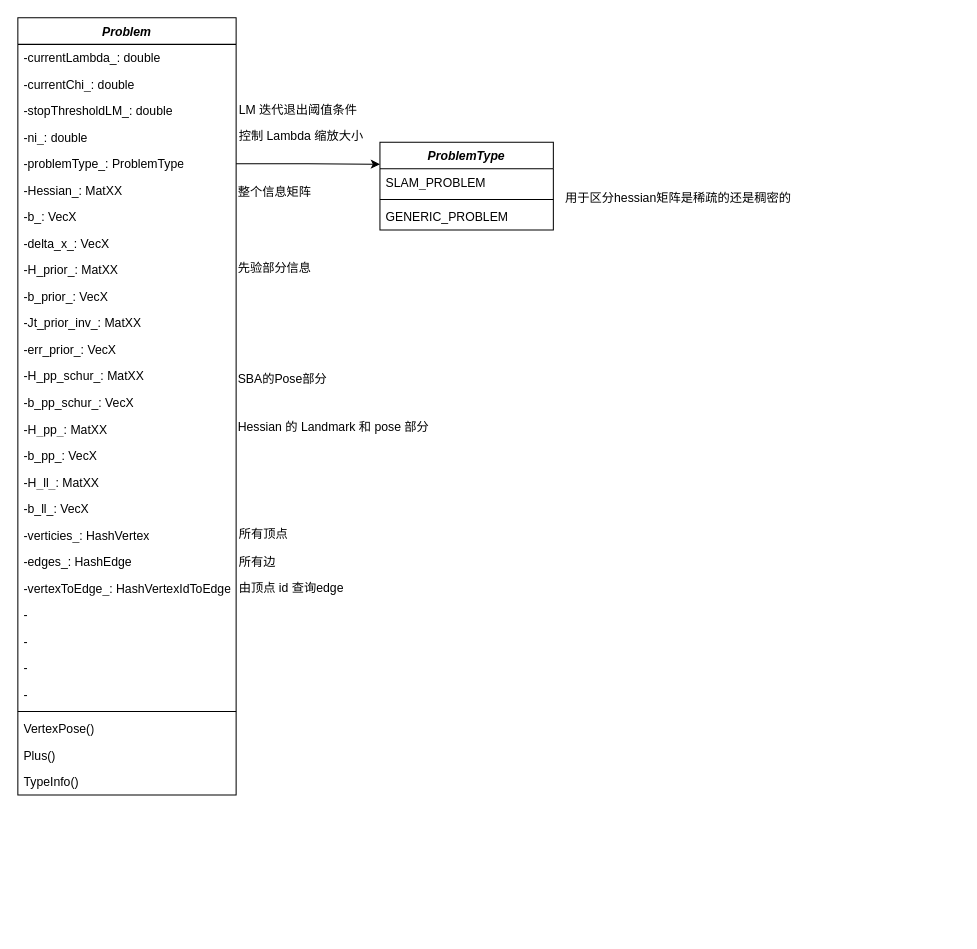
liu-moon/img keeps this draw.io diagram as Problem.drawio. Above is the earlier version. Source tidied: cells renumbered, new cells numbered last; positions are measured from the earlier drawing's top-left corner, leaving out a move shared by most shapes. Both pictures are drawn from the tidied source at 102%, with x=0, y=0 at pixel (17, 17).
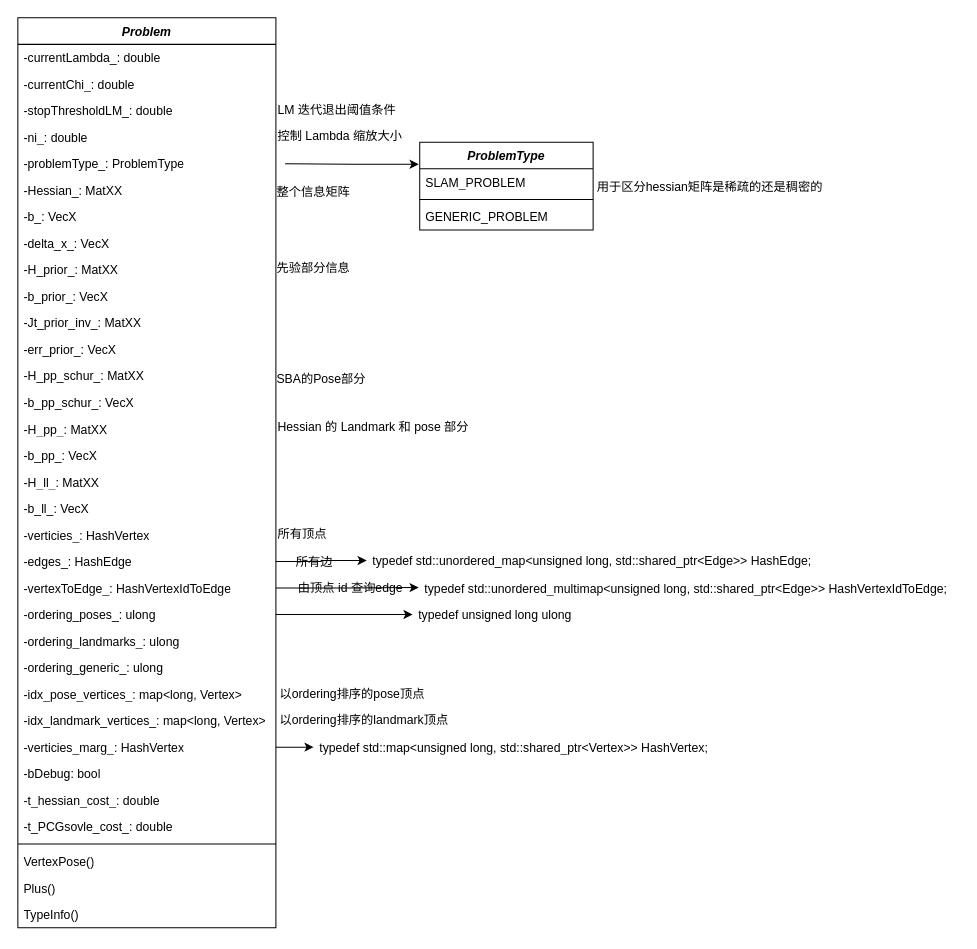
Above is the later version.

The edit, as a diff of the source:
```diff
@@
     <mxCell id="2" value="&lt;i&gt;Problem&lt;/i&gt;" style="swimlane;fontStyle=1;align=center;verticalAlign=top;horizontal=1;startSize=26;whiteSpace=wrap;html=1;" parent="1" vertex="1">
-      <mxGeometry width="214" height="762" as="geometry" />
+      <mxGeometry width="253" height="892" as="geometry" />
     </mxCell>
     <mxCell id="3" value="-currentLambda_:&amp;nbsp;double" style="text;strokeColor=none;fillColor=none;align=left;verticalAlign=top;spacingLeft=4;spacingRight=4;overflow=hidden;whiteSpace=wrap;html=1;" parent="2" vertex="1">
-      <mxGeometry y="26" width="214" height="26" as="geometry" />
+      <mxGeometry y="26" width="253" height="26" as="geometry" />
     </mxCell>
     <mxCell id="4" value="-currentChi_:&amp;nbsp;double" style="text;strokeColor=none;fillColor=none;align=left;verticalAlign=top;spacingLeft=4;spacingRight=4;overflow=hidden;whiteSpace=wrap;html=1;" parent="2" vertex="1">
-      <mxGeometry y="52" width="214" height="26" as="geometry" />
+      <mxGeometry y="52" width="253" height="26" as="geometry" />
     </mxCell>
     <mxCell id="5" value="-stopThresholdLM_:&amp;nbsp;double" style="text;strokeColor=none;fillColor=none;align=left;verticalAlign=top;spacingLeft=4;spacingRight=4;overflow=hidden;whiteSpace=wrap;html=1;" parent="2" vertex="1">
-      <mxGeometry y="78" width="214" height="26" as="geometry" />
+      <mxGeometry y="78" width="253" height="26" as="geometry" />
     </mxCell>
     <mxCell id="6" value="-ni_:&amp;nbsp;double" style="text;strokeColor=none;fillColor=none;align=left;verticalAlign=top;spacingLeft=4;spacingRight=4;overflow=hidden;whiteSpace=wrap;html=1;" parent="2" vertex="1">
-      <mxGeometry y="104" width="214" height="26" as="geometry" />
+      <mxGeometry y="104" width="253" height="26" as="geometry" />
     </mxCell>
     <mxCell id="7" value="-problemType_:&amp;nbsp;ProblemType" style="text;strokeColor=none;fillColor=none;align=left;verticalAlign=top;spacingLeft=4;spacingRight=4;overflow=hidden;points=[[0,0.5],[1,0.5]];portConstraint=eastwest;whiteSpace=wrap;html=1;" parent="2" vertex="1">
-      <mxGeometry y="130" width="214" height="26" as="geometry" />
+      <mxGeometry y="130" width="253" height="26" as="geometry" />
     </mxCell>
     <mxCell id="8" value="-Hessian_: MatXX" style="text;strokeColor=none;fillColor=none;align=left;verticalAlign=top;spacingLeft=4;spacingRight=4;overflow=hidden;whiteSpace=wrap;html=1;" parent="2" vertex="1">
-      <mxGeometry y="156" width="214" height="26" as="geometry" />
+      <mxGeometry y="156" width="253" height="26" as="geometry" />
     </mxCell>
     <mxCell id="9" value="-b_:&amp;nbsp;VecX" style="text;strokeColor=none;fillColor=none;align=left;verticalAlign=top;spacingLeft=4;spacingRight=4;overflow=hidden;whiteSpace=wrap;html=1;" parent="2" vertex="1">
-      <mxGeometry y="182" width="214" height="26" as="geometry" />
+      <mxGeometry y="182" width="253" height="26" as="geometry" />
     </mxCell>
     <mxCell id="10" value="-delta_x_:&amp;nbsp;VecX" style="text;strokeColor=none;fillColor=none;align=left;verticalAlign=top;spacingLeft=4;spacingRight=4;overflow=hidden;whiteSpace=wrap;html=1;" parent="2" vertex="1">
-      <mxGeometry y="208" width="214" height="26" as="geometry" />
+      <mxGeometry y="208" width="253" height="26" as="geometry" />
     </mxCell>
     <mxCell id="11" value="-H_prior_:&amp;nbsp;MatXX" style="text;strokeColor=none;fillColor=none;align=left;verticalAlign=top;spacingLeft=4;spacingRight=4;overflow=hidden;whiteSpace=wrap;html=1;" parent="2" vertex="1">
-      <mxGeometry y="234" width="214" height="26" as="geometry" />
+      <mxGeometry y="234" width="253" height="26" as="geometry" />
     </mxCell>
     <mxCell id="12" value="-b_prior_: VecX" style="text;strokeColor=none;fillColor=none;align=left;verticalAlign=top;spacingLeft=4;spacingRight=4;overflow=hidden;whiteSpace=wrap;html=1;" parent="2" vertex="1">
-      <mxGeometry y="260" width="214" height="26" as="geometry" />
+      <mxGeometry y="260" width="253" height="26" as="geometry" />
     </mxCell>
     <mxCell id="13" value="-Jt_prior_inv_: MatXX" style="text;strokeColor=none;fillColor=none;align=left;verticalAlign=top;spacingLeft=4;spacingRight=4;overflow=hidden;whiteSpace=wrap;html=1;" parent="2" vertex="1">
-      <mxGeometry y="286" width="214" height="26" as="geometry" />
+      <mxGeometry y="286" width="253" height="26" as="geometry" />
     </mxCell>
     <mxCell id="14" value="-err_prior_: VecX" style="text;strokeColor=none;fillColor=none;align=left;verticalAlign=top;spacingLeft=4;spacingRight=4;overflow=hidden;whiteSpace=wrap;html=1;" parent="2" vertex="1">
-      <mxGeometry y="312" width="214" height="26" as="geometry" />
+      <mxGeometry y="312" width="253" height="26" as="geometry" />
     </mxCell>
     <mxCell id="15" value="-H_pp_schur_: MatXX" style="text;strokeColor=none;fillColor=none;align=left;verticalAlign=top;spacingLeft=4;spacingRight=4;overflow=hidden;whiteSpace=wrap;html=1;" parent="2" vertex="1">
-      <mxGeometry y="338" width="214" height="26" as="geometry" />
+      <mxGeometry y="338" width="253" height="26" as="geometry" />
     </mxCell>
     <mxCell id="16" value="-b_pp_schur_: VecX" style="text;strokeColor=none;fillColor=none;align=left;verticalAlign=top;spacingLeft=4;spacingRight=4;overflow=hidden;whiteSpace=wrap;html=1;" parent="2" vertex="1">
-      <mxGeometry y="364" width="214" height="26" as="geometry" />
+      <mxGeometry y="364" width="253" height="26" as="geometry" />
     </mxCell>
     <mxCell id="17" value="-H_pp_: MatXX" style="text;strokeColor=none;fillColor=none;align=left;verticalAlign=top;spacingLeft=4;spacingRight=4;overflow=hidden;whiteSpace=wrap;html=1;" parent="2" vertex="1">
-      <mxGeometry y="390" width="214" height="26" as="geometry" />
+      <mxGeometry y="390" width="253" height="26" as="geometry" />
     </mxCell>
     <mxCell id="18" value="-b_pp_: VecX" style="text;strokeColor=none;fillColor=none;align=left;verticalAlign=top;spacingLeft=4;spacingRight=4;overflow=hidden;whiteSpace=wrap;html=1;" parent="2" vertex="1">
-      <mxGeometry y="416" width="214" height="26" as="geometry" />
+      <mxGeometry y="416" width="253" height="26" as="geometry" />
     </mxCell>
     <mxCell id="19" value="-H_ll_: MatXX" style="text;strokeColor=none;fillColor=none;align=left;verticalAlign=top;spacingLeft=4;spacingRight=4;overflow=hidden;whiteSpace=wrap;html=1;" parent="2" vertex="1">
-      <mxGeometry y="442" width="214" height="26" as="geometry" />
+      <mxGeometry y="442" width="253" height="26" as="geometry" />
     </mxCell>
     <mxCell id="20" value="-b_ll_: VecX" style="text;strokeColor=none;fillColor=none;align=left;verticalAlign=top;spacingLeft=4;spacingRight=4;overflow=hidden;whiteSpace=wrap;html=1;" parent="2" vertex="1">
-      <mxGeometry y="468" width="214" height="26" as="geometry" />
+      <mxGeometry y="468" width="253" height="26" as="geometry" />
     </mxCell>
     <mxCell id="21" value="-verticies_: HashVertex" style="text;strokeColor=none;fillColor=none;align=left;verticalAlign=top;spacingLeft=4;spacingRight=4;overflow=hidden;whiteSpace=wrap;html=1;" parent="2" vertex="1">
-      <mxGeometry y="494" width="214" height="26" as="geometry" />
+      <mxGeometry y="494" width="253" height="26" as="geometry" />
     </mxCell>
     <mxCell id="22" value="-edges_: HashEdge" style="text;strokeColor=none;fillColor=none;align=left;verticalAlign=top;spacingLeft=4;spacingRight=4;overflow=hidden;points=[[0,0.5],[1,0.5]];portConstraint=eastwest;whiteSpace=wrap;html=1;" parent="2" vertex="1">
-      <mxGeometry y="520" width="214" height="26" as="geometry" />
+      <mxGeometry y="520" width="253" height="26" as="geometry" />
     </mxCell>
     <mxCell id="23" value="-vertexToEdge_: HashVertexIdToEdge" style="text;strokeColor=none;fillColor=none;align=left;verticalAlign=top;spacingLeft=4;spacingRight=4;overflow=hidden;points=[[0,0.5],[1,0.5]];portConstraint=eastwest;whiteSpace=wrap;html=1;" parent="2" vertex="1">
-      <mxGeometry y="546" width="214" height="26" as="geometry" />
+      <mxGeometry y="546" width="253" height="26" as="geometry" />
     </mxCell>
-    <mxCell id="24" value="-" style="text;strokeColor=none;fillColor=none;align=left;verticalAlign=top;spacingLeft=4;spacingRight=4;overflow=hidden;points=[[0,0.5],[1,0.5]];portConstraint=eastwest;whiteSpace=wrap;html=1;" parent="2" vertex="1">
-      <mxGeometry y="572" width="214" height="26" as="geometry" />
+    <mxCell id="24" value="-ordering_poses_: ulong" style="text;strokeColor=none;fillColor=none;align=left;verticalAlign=top;spacingLeft=4;spacingRight=4;overflow=hidden;points=[[0,0.5],[1,0.5]];portConstraint=eastwest;whiteSpace=wrap;html=1;" parent="2" vertex="1">
+      <mxGeometry y="572" width="253" height="26" as="geometry" />
     </mxCell>
-    <mxCell id="25" value="-" style="text;strokeColor=none;fillColor=none;align=left;verticalAlign=top;spacingLeft=4;spacingRight=4;overflow=hidden;whiteSpace=wrap;html=1;" parent="2" vertex="1">
-      <mxGeometry y="598" width="214" height="26" as="geometry" />
+    <mxCell id="25" value="-ordering_landmarks_: ulong" style="text;strokeColor=none;fillColor=none;align=left;verticalAlign=top;spacingLeft=4;spacingRight=4;overflow=hidden;whiteSpace=wrap;html=1;" parent="2" vertex="1">
+      <mxGeometry y="598" width="253" height="26" as="geometry" />
     </mxCell>
-    <mxCell id="26" value="-" style="text;strokeColor=none;fillColor=none;align=left;verticalAlign=top;spacingLeft=4;spacingRight=4;overflow=hidden;whiteSpace=wrap;html=1;" parent="2" vertex="1">
-      <mxGeometry y="624" width="214" height="26" as="geometry" />
+    <mxCell id="26" value="-ordering_generic_: ulong" style="text;strokeColor=none;fillColor=none;align=left;verticalAlign=top;spacingLeft=4;spacingRight=4;overflow=hidden;whiteSpace=wrap;html=1;" parent="2" vertex="1">
+      <mxGeometry y="624" width="253" height="26" as="geometry" />
     </mxCell>
-    <mxCell id="27" value="-" style="text;strokeColor=none;fillColor=none;align=left;verticalAlign=top;spacingLeft=4;spacingRight=4;overflow=hidden;whiteSpace=wrap;html=1;" parent="2" vertex="1">
-      <mxGeometry y="650" width="214" height="26" as="geometry" />
-    </mxCell>
+    <mxCell id="47" value="-idx_pose_vertices_: map&amp;lt;long, Vertex&amp;gt;" style="text;strokeColor=none;fillColor=none;align=left;verticalAlign=top;spacingLeft=4;spacingRight=4;overflow=hidden;whiteSpace=wrap;html=1;" parent="2" vertex="1">
+      <mxGeometry y="650" width="253" height="26" as="geometry" />
+    </mxCell>
+    <mxCell id="48" value="-idx_landmark_vertices_: map&amp;lt;long, Vertex&amp;gt;" style="text;strokeColor=none;fillColor=none;align=left;verticalAlign=top;spacingLeft=4;spacingRight=4;overflow=hidden;whiteSpace=wrap;html=1;" parent="2" vertex="1">
+      <mxGeometry y="676" width="253" height="26" as="geometry" />
+    </mxCell>
+    <mxCell id="49" value="-verticies_marg_: HashVertex" style="text;strokeColor=none;fillColor=none;align=left;verticalAlign=top;spacingLeft=4;spacingRight=4;overflow=hidden;points=[[0,0.5],[1,0.5]];portConstraint=eastwest;whiteSpace=wrap;html=1;" parent="2" vertex="1">
+      <mxGeometry y="702" width="253" height="26" as="geometry" />
+    </mxCell>
+    <mxCell id="50" value="-bDebug: bool" style="text;strokeColor=none;fillColor=none;align=left;verticalAlign=top;spacingLeft=4;spacingRight=4;overflow=hidden;whiteSpace=wrap;html=1;" parent="2" vertex="1">
+      <mxGeometry y="728" width="253" height="26" as="geometry" />
+    </mxCell>
+    <mxCell id="51" value="-t_hessian_cost_: double" style="text;strokeColor=none;fillColor=none;align=left;verticalAlign=top;spacingLeft=4;spacingRight=4;overflow=hidden;whiteSpace=wrap;html=1;" parent="2" vertex="1">
+      <mxGeometry y="754" width="253" height="26" as="geometry" />
+    </mxCell>
+    <mxCell id="52" value="-t_PCGsovle_cost_: double" style="text;strokeColor=none;fillColor=none;align=left;verticalAlign=top;spacingLeft=4;spacingRight=4;overflow=hidden;whiteSpace=wrap;html=1;" parent="2" vertex="1">
+      <mxGeometry y="780" width="253" height="26" as="geometry" />
+    </mxCell>
     <mxCell id="28" style="line;strokeWidth=1;fillColor=none;align=left;verticalAlign=middle;spacingTop=-1;spacingLeft=3;spacingRight=3;labelPosition=right;strokeColor=inherit;" parent="2" vertex="1">
-      <mxGeometry y="676" width="214" height="8" as="geometry" />
+      <mxGeometry y="806" width="253" height="8" as="geometry" />
     </mxCell>
     <mxCell id="29" value="VertexPose()" style="text;strokeColor=none;fillColor=none;align=left;verticalAlign=top;spacingLeft=4;spacingRight=4;overflow=hidden;whiteSpace=wrap;html=1;" parent="2" vertex="1">
-      <mxGeometry y="684" width="214" height="26" as="geometry" />
+      <mxGeometry y="814" width="253" height="26" as="geometry" />
     </mxCell>
     <mxCell id="30" value="Plus()" style="text;strokeColor=none;fillColor=none;align=left;verticalAlign=top;spacingLeft=4;spacingRight=4;overflow=hidden;whiteSpace=wrap;html=1;" parent="2" vertex="1">
-      <mxGeometry y="710" width="214" height="26" as="geometry" />
+      <mxGeometry y="840" width="253" height="26" as="geometry" />
     </mxCell>
     <mxCell id="31" value="TypeInfo()" style="text;strokeColor=none;fillColor=none;align=left;verticalAlign=top;spacingLeft=4;spacingRight=4;overflow=hidden;whiteSpace=wrap;html=1;" parent="2" vertex="1">
-      <mxGeometry y="736" width="214" height="26" as="geometry" />
+      <mxGeometry y="866" width="253" height="26" as="geometry" />
     </mxCell>
     <mxCell id="32" value="&lt;i&gt;ProblemType&lt;/i&gt;" style="swimlane;fontStyle=1;align=center;verticalAlign=top;horizontal=1;startSize=26;whiteSpace=wrap;html=1;" parent="1" vertex="1">
-      <mxGeometry x="355" y="122" width="170" height="86" as="geometry" />
+      <mxGeometry x="394" y="122" width="170" height="86" as="geometry" />
     </mxCell>
@@
     <mxCell id="36" value="用于区分hessian矩阵是稀疏的还是稠密的" style="text;html=1;align=left;verticalAlign=middle;strokeColor=none;fillColor=none;" parent="1" vertex="1">
-      <mxGeometry x="535" y="162" width="240" height="30" as="geometry" />
+      <mxGeometry x="566" y="151" width="240" height="30" as="geometry" />
     </mxCell>
     <mxCell id="37" value="LM 迭代退出阈值条件" style="text;html=1;align=left;verticalAlign=middle;strokeColor=none;fillColor=none;" parent="1" vertex="1">
-      <mxGeometry x="215" y="76" width="140" height="30" as="geometry" />
+      <mxGeometry x="253" y="76" width="140" height="30" as="geometry" />
     </mxCell>
     <mxCell id="38" value="控制 Lambda 缩放大小" style="text;html=1;align=left;verticalAlign=middle;strokeColor=none;fillColor=none;" parent="1" vertex="1">
-      <mxGeometry x="215" y="101" width="150" height="30" as="geometry" />
+      <mxGeometry x="253" y="101" width="150" height="30" as="geometry" />
     </mxCell>
     <mxCell id="39" value="整个信息矩阵" style="text;html=1;align=left;verticalAlign=middle;strokeColor=none;fillColor=none;" parent="1" vertex="1">
-      <mxGeometry x="214" y="157" width="91" height="27" as="geometry" />
+      <mxGeometry x="252" y="157" width="91" height="27" as="geometry" />
     </mxCell>
-    <mxCell id="40" style="edgeStyle=orthogonalEdgeStyle;rounded=0;jettySize=auto;html=1;entryX=0;entryY=0.25;entryDx=0;entryDy=0;" parent="1" edge="1" source="7" target="32">
-      <mxGeometry relative="1" as="geometry" />
+    <mxCell id="40" style="edgeStyle=orthogonalEdgeStyle;rounded=0;orthogonalLoop=1;jettySize=auto;html=1;entryX=0;entryY=0.25;entryDx=0;entryDy=0;" parent="1" edge="1">
+      <mxGeometry relative="1" as="geometry">
+        <mxPoint x="262" y="143" as="sourcePoint" />
+        <mxPoint x="393" y="143.5" as="targetPoint" />
+      </mxGeometry>
     </mxCell>
     <mxCell id="41" value="先验部分信息" style="text;html=1;align=left;verticalAlign=middle;strokeColor=none;fillColor=none;" parent="1" vertex="1">
-      <mxGeometry x="214" y="232" width="91" height="27" as="geometry" />
+      <mxGeometry x="252" y="232" width="91" height="27" as="geometry" />
     </mxCell>
     <mxCell id="42" value="SBA的Pose部分" style="text;html=1;align=left;verticalAlign=middle;strokeColor=none;fillColor=none;" parent="1" vertex="1">
-      <mxGeometry x="214" y="340" width="106" height="27" as="geometry" />
+      <mxGeometry x="252" y="340" width="106" height="27" as="geometry" />
     </mxCell>
     <mxCell id="43" value="Hessian 的 Landmark 和 pose 部分" style="text;html=1;align=left;verticalAlign=middle;strokeColor=none;fillColor=none;" parent="1" vertex="1">
-      <mxGeometry x="214" y="388" width="206" height="27" as="geometry" />
+      <mxGeometry x="253" y="388" width="206" height="27" as="geometry" />
     </mxCell>
     <mxCell id="44" value="所有顶点" style="text;html=1;align=left;verticalAlign=middle;strokeColor=none;fillColor=none;" parent="1" vertex="1">
-      <mxGeometry x="215" y="492" width="67" height="27" as="geometry" />
+      <mxGeometry x="253" y="492" width="67" height="27" as="geometry" />
     </mxCell>
     <mxCell id="45" value="所有边" style="text;html=1;align=left;verticalAlign=middle;strokeColor=none;fillColor=none;" parent="1" vertex="1">
-      <mxGeometry x="215" y="520" width="55" height="27" as="geometry" />
+      <mxGeometry x="271" y="520" width="55" height="27" as="geometry" />
     </mxCell>
     <mxCell id="46" value="由顶点 id 查询edge" style="text;html=1;align=left;verticalAlign=middle;strokeColor=none;fillColor=none;" parent="1" vertex="1">
-      <mxGeometry x="215" y="545" width="122" height="27" as="geometry" />
+      <mxGeometry x="273" y="545" width="122" height="27" as="geometry" />
     </mxCell>
+    <mxCell id="53" value="以ordering排序的pose顶点" style="text;html=1;align=left;verticalAlign=middle;strokeColor=none;fillColor=none;" parent="1" vertex="1">
+      <mxGeometry x="255" y="649" width="161" height="27" as="geometry" />
+    </mxCell>
+    <mxCell id="54" value="以ordering排序的landmark顶点" style="text;html=1;align=left;verticalAlign=middle;strokeColor=none;fillColor=none;" parent="1" vertex="1">
+      <mxGeometry x="255" y="675" width="184" height="27" as="geometry" />
+    </mxCell>
+    <mxCell id="55" value="typedef unsigned long ulong" style="text;strokeColor=none;fillColor=none;align=left;verticalAlign=top;spacingLeft=4;spacingRight=4;overflow=hidden;points=[[0,0.5],[1,0.5]];portConstraint=eastwest;whiteSpace=wrap;html=1;" parent="1" vertex="1">
+      <mxGeometry x="387" y="572" width="162" height="26" as="geometry" />
+    </mxCell>
+    <mxCell id="56" value="typedef std::map&amp;lt;unsigned long, std::shared_ptr&amp;lt;Vertex&amp;gt;&amp;gt; HashVertex;" style="text;strokeColor=none;fillColor=none;align=left;verticalAlign=top;spacingLeft=4;spacingRight=4;overflow=hidden;points=[[0,0.5],[1,0.5]];portConstraint=eastwest;whiteSpace=wrap;html=1;" parent="1" vertex="1">
+      <mxGeometry x="290" y="702" width="392" height="26" as="geometry" />
+    </mxCell>
+    <mxCell id="57" style="edgeStyle=orthogonalEdgeStyle;rounded=0;jettySize=auto;html=1;" parent="1" edge="1" source="24" target="55">
+      <mxGeometry relative="1" as="geometry" />
+    </mxCell>
+    <mxCell id="58" style="edgeStyle=orthogonalEdgeStyle;rounded=0;jettySize=auto;html=1;" parent="1" edge="1" source="49" target="56">
+      <mxGeometry relative="1" as="geometry" />
+    </mxCell>
+    <mxCell id="59" value="typedef std::unordered_map&amp;lt;unsigned long, std::shared_ptr&amp;lt;Edge&amp;gt;&amp;gt; HashEdge;" style="text;strokeColor=none;fillColor=none;align=left;verticalAlign=top;spacingLeft=4;spacingRight=4;overflow=hidden;points=[[0,0.5],[1,0.5]];portConstraint=eastwest;whiteSpace=wrap;html=1;" parent="1" vertex="1">
+      <mxGeometry x="342" y="519" width="448" height="26" as="geometry" />
+    </mxCell>
+    <mxCell id="60" style="edgeStyle=orthogonalEdgeStyle;rounded=0;jettySize=auto;html=1;" parent="1" edge="1" source="22" target="59">
+      <mxGeometry relative="1" as="geometry" />
+    </mxCell>
+    <mxCell id="61" value="typedef std::unordered_multimap&amp;lt;unsigned long, std::shared_ptr&amp;lt;Edge&amp;gt;&amp;gt; HashVertexIdToEdge;" style="text;strokeColor=none;fillColor=none;align=left;verticalAlign=top;spacingLeft=4;spacingRight=4;overflow=hidden;points=[[0,0.5],[1,0.5]];portConstraint=eastwest;whiteSpace=wrap;html=1;" parent="1" vertex="1">
+      <mxGeometry x="393" y="545.5" width="530" height="26" as="geometry" />
+    </mxCell>
+    <mxCell id="62" style="edgeStyle=orthogonalEdgeStyle;rounded=0;jettySize=auto;html=1;" parent="1" edge="1" source="23" target="61">
+      <mxGeometry relative="1" as="geometry" />
+    </mxCell>
```
